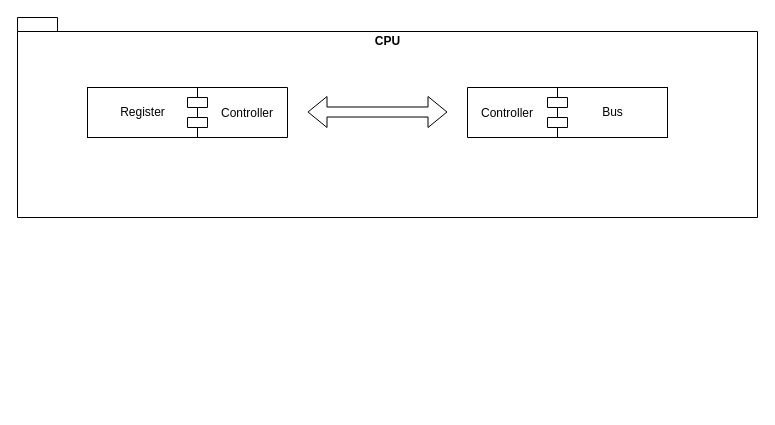
Before: page "Data-Flow (General)" (1 of 4) of doc/6502-Diagram.drawio in poundflag/MOS-6502-Emulator-Base, a draw.io diagram. Source tidied: cells renumbered, new cells numbered last; positions are measured from the earlier drawing's top-left corner, leaving out a move shared by most shapes. Both pictures are drawn from the tidied source at 100%, with x=0, y=0 at pixel (17, 17).
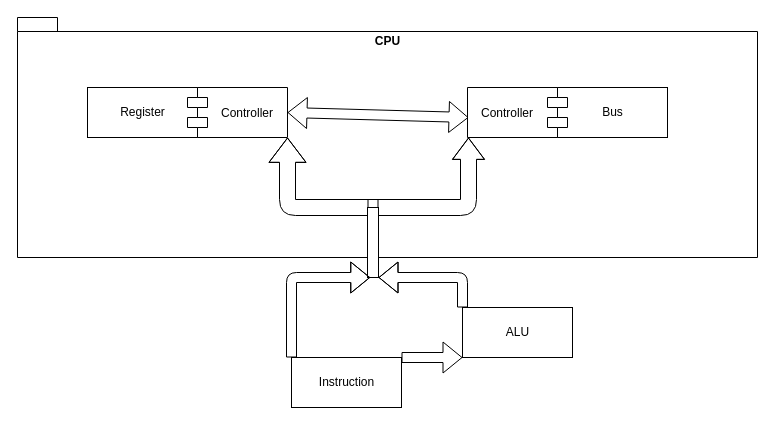
After the change.

The change refers to these unchanged cells:
```xml
<mxCell id="6" value="Controller" style="shape=module;align=left;spacingLeft=20;align=center;verticalAlign=middle;" parent="1" vertex="1">
  <mxGeometry x="170" y="70" width="100" height="50" as="geometry" />
</mxCell>
<mxCell id="7" value="Controller" style="shape=module;align=left;spacingLeft=-20;align=center;verticalAlign=middle;rotation=0;flipH=1;" parent="1" vertex="1">
  <mxGeometry x="450" y="70" width="100" height="50" as="geometry" />
</mxCell>
```

The edit, as a diff of the source:
```diff
@@
     <mxCell id="2" value="CPU" style="shape=folder;fontStyle=1;spacingTop=10;tabWidth=40;tabHeight=14;tabPosition=left;html=1;align=center;verticalAlign=top;" parent="1" vertex="1">
-      <mxGeometry width="740" height="200" as="geometry" />
+      <mxGeometry width="740" height="240" as="geometry" />
     </mxCell>
@@
-    <mxCell id="5" style="shape=flexArrow;endArrow=classic;startArrow=classic;html=1;" parent="1" edge="1">
+    <mxCell id="5" style="shape=flexArrow;endArrow=classic;startArrow=classic;html=1;exitX=1;exitY=0.5;exitDx=0;exitDy=0;" parent="1" edge="1" source="6">
       <mxGeometry relative="1" as="geometry">
-        <mxPoint x="290" y="94.5" as="sourcePoint" />
-        <mxPoint x="430" y="94.5" as="targetPoint" />
+        <mxPoint x="451" y="100" as="targetPoint" />
       </mxGeometry>
     </mxCell>
@@
+    <mxCell id="8" value="Instruction" style="html=1;" parent="1" vertex="1">
+      <mxGeometry x="274" y="340" width="110" height="50" as="geometry" />
+    </mxCell>
+    <mxCell id="9" style="shape=flexArrow;endArrow=classic;html=1;width=16;endSize=7.79;entryX=1;entryY=1;entryDx=0;entryDy=0;exitX=1;exitY=0;exitDx=0;exitDy=0;" parent="1" edge="1" source="11" target="6">
+      <mxGeometry relative="1" as="geometry">
+        <Array as="points">
+          <mxPoint x="270" y="190" />
+        </Array>
+      </mxGeometry>
+    </mxCell>
+    <mxCell id="10" style="shape=flexArrow;endArrow=classic;html=1;width=16;endSize=6.8;endWidth=15;entryX=0.99;entryY=1;entryDx=0;entryDy=0;entryPerimeter=0;exitX=0;exitY=0;exitDx=0;exitDy=0;" parent="1" edge="1" source="11" target="7">
+      <mxGeometry relative="1" as="geometry">
+        <Array as="points">
+          <mxPoint x="451" y="190" />
+        </Array>
+      </mxGeometry>
+    </mxCell>
+    <mxCell id="11" style="rounded=0;whiteSpace=wrap;html=1;" parent="1" vertex="1">
+      <mxGeometry x="350" y="190" width="11" height="70" as="geometry" />
+    </mxCell>
+    <mxCell id="12" value="ALU" style="html=1;" parent="1" vertex="1">
+      <mxGeometry x="445" y="290" width="110" height="50" as="geometry" />
+    </mxCell>
+    <mxCell id="13" style="shape=flexArrow;endArrow=classic;html=1;exitX=1;exitY=0;exitDx=0;exitDy=0;entryX=0;entryY=1;entryDx=0;entryDy=0;" parent="1" edge="1" source="8" target="12">
+      <mxGeometry relative="1" as="geometry" />
+    </mxCell>
+    <mxCell id="14" style="shape=flexArrow;endArrow=classic;html=1;exitX=0;exitY=0;exitDx=0;exitDy=0;entryX=0.25;entryY=1;entryDx=0;entryDy=0;" parent="1" edge="1" source="8" target="11">
+      <mxGeometry relative="1" as="geometry">
+        <Array as="points">
+          <mxPoint x="274" y="260" />
+        </Array>
+      </mxGeometry>
+    </mxCell>
+    <mxCell id="15" style="shape=flexArrow;endArrow=classic;html=1;exitX=0;exitY=0;exitDx=0;exitDy=0;entryX=1;entryY=1;entryDx=0;entryDy=0;" parent="1" edge="1" source="12" target="11">
+      <mxGeometry relative="1" as="geometry">
+        <Array as="points">
+          <mxPoint x="445" y="260" />
+        </Array>
+      </mxGeometry>
+    </mxCell>
```
